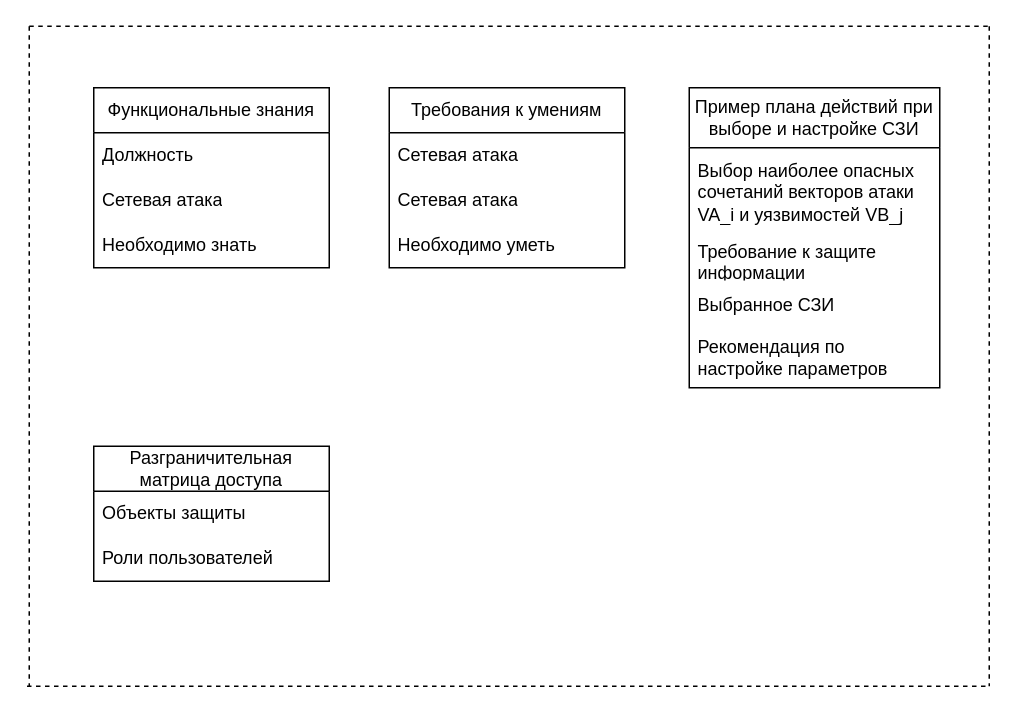
SmirnovBogdan8/Diplom keeps this draw.io diagram as (Старая схема ОПЗ) Частные инструкции.drawio. Above is the earlier version. Source tidied: cells renumbered, new cells numbered last; positions are measured from the earlier drawing's top-left corner, leaving out a move shared by most shapes. Both pictures are drawn from the tidied source at 150%, with x=0, y=0 at pixel (26, 26).
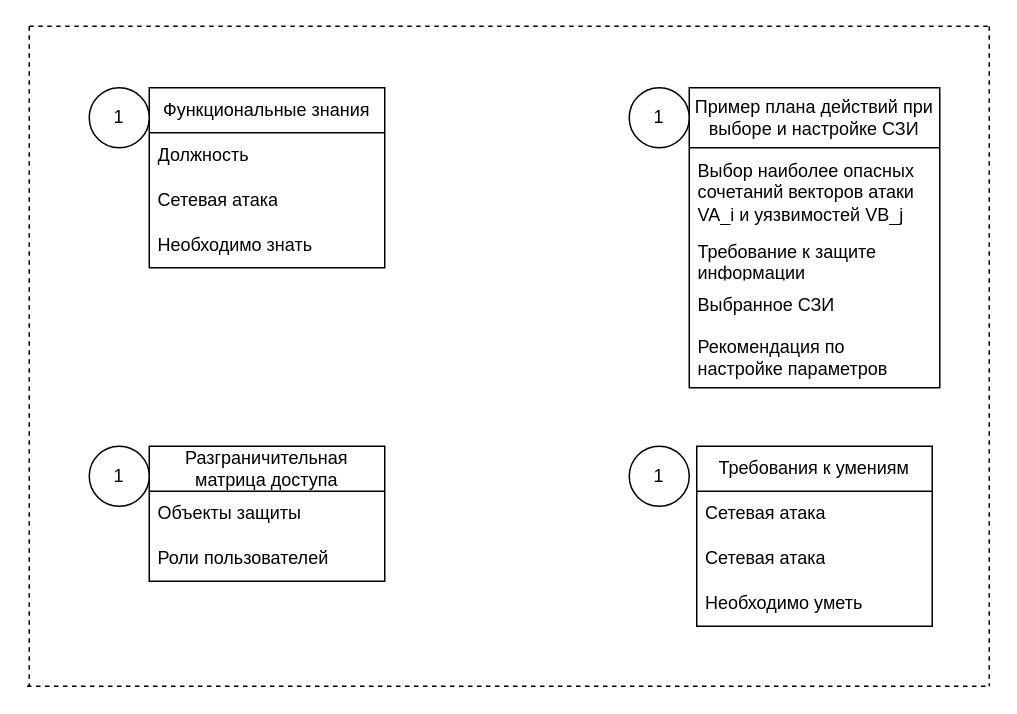
Above is the later version.

Change to the diagram source:
```diff
@@
     <mxCell id="6" value="Функциональные знания" style="swimlane;fontStyle=0;horizontal=1;startSize=30;whiteSpace=wrap;html=1;" parent="1" vertex="1">
-      <mxGeometry x="45" y="41" width="157" height="120" as="geometry" />
+      <mxGeometry x="82" y="41" width="157" height="120" as="geometry" />
     </mxCell>
@@
     <mxCell id="15" value="Разграничительная матрица доступа" style="swimlane;fontStyle=0;horizontal=1;startSize=30;whiteSpace=wrap;html=1;" parent="1" vertex="1">
-      <mxGeometry x="45" y="280" width="157" height="90" as="geometry" />
+      <mxGeometry x="82" y="280" width="157" height="90" as="geometry" />
     </mxCell>
@@
     <mxCell id="18" value="Требования к умениям" style="swimlane;fontStyle=0;horizontal=1;startSize=30;whiteSpace=wrap;html=1;" parent="1" vertex="1">
-      <mxGeometry x="242" y="41" width="157" height="120" as="geometry" />
+      <mxGeometry x="447" y="280" width="157" height="120" as="geometry" />
     </mxCell>
@@
+    <mxCell id="22" value="1" style="ellipse;whiteSpace=wrap;html=1;" parent="1" vertex="1">
+      <mxGeometry x="42" y="41" width="40" height="40" as="geometry" />
+    </mxCell>
+    <mxCell id="23" value="1" style="ellipse;whiteSpace=wrap;html=1;" parent="1" vertex="1">
+      <mxGeometry x="42" y="280" width="40" height="40" as="geometry" />
+    </mxCell>
+    <mxCell id="24" value="1" style="ellipse;whiteSpace=wrap;html=1;" parent="1" vertex="1">
+      <mxGeometry x="402" y="41" width="40" height="40" as="geometry" />
+    </mxCell>
+    <mxCell id="25" value="1" style="ellipse;whiteSpace=wrap;html=1;" parent="1" vertex="1">
+      <mxGeometry x="402" y="280" width="40" height="40" as="geometry" />
+    </mxCell>
```
